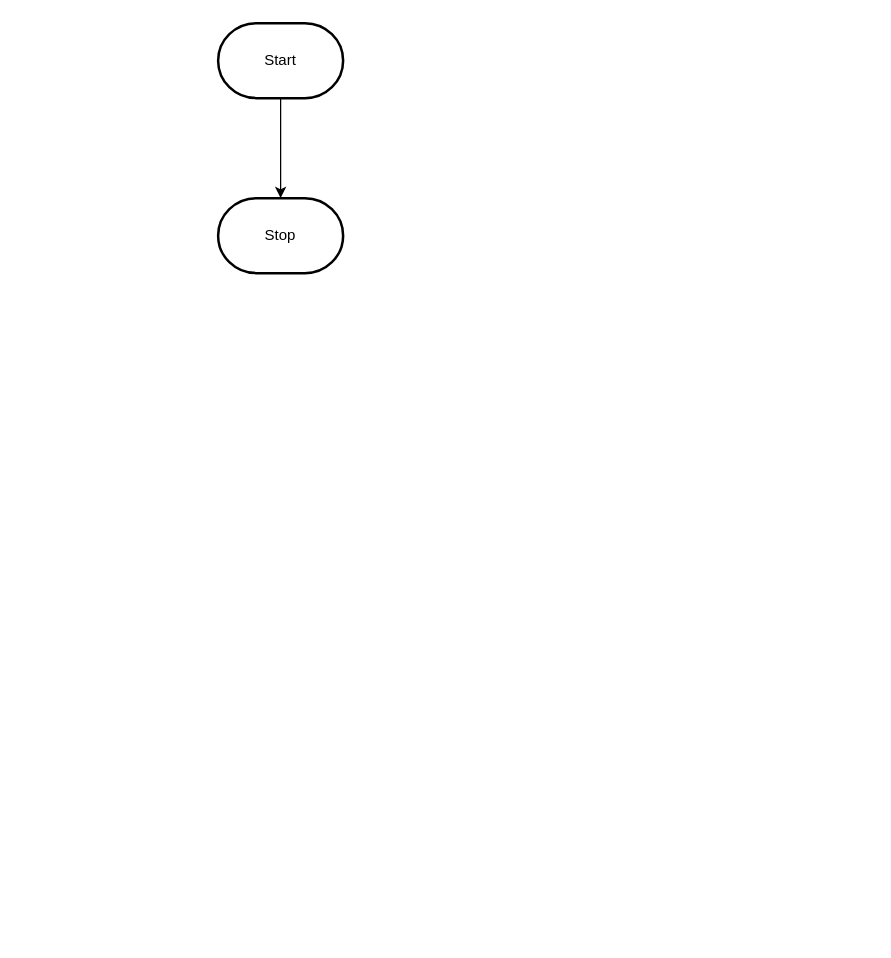
Before: design/flowchart.drawio in MTHS-ICD2O-1-2023/ICD2O-Unit-5-08-yoochan-han, a draw.io diagram. Source tidied: cells renumbered, new cells numbered last; positions are measured from the earlier drawing's top-left corner, leaving out a move shared by most shapes. Both pictures are drawn from the tidied source at 125%, with x=0, y=0 at pixel (218, 22).
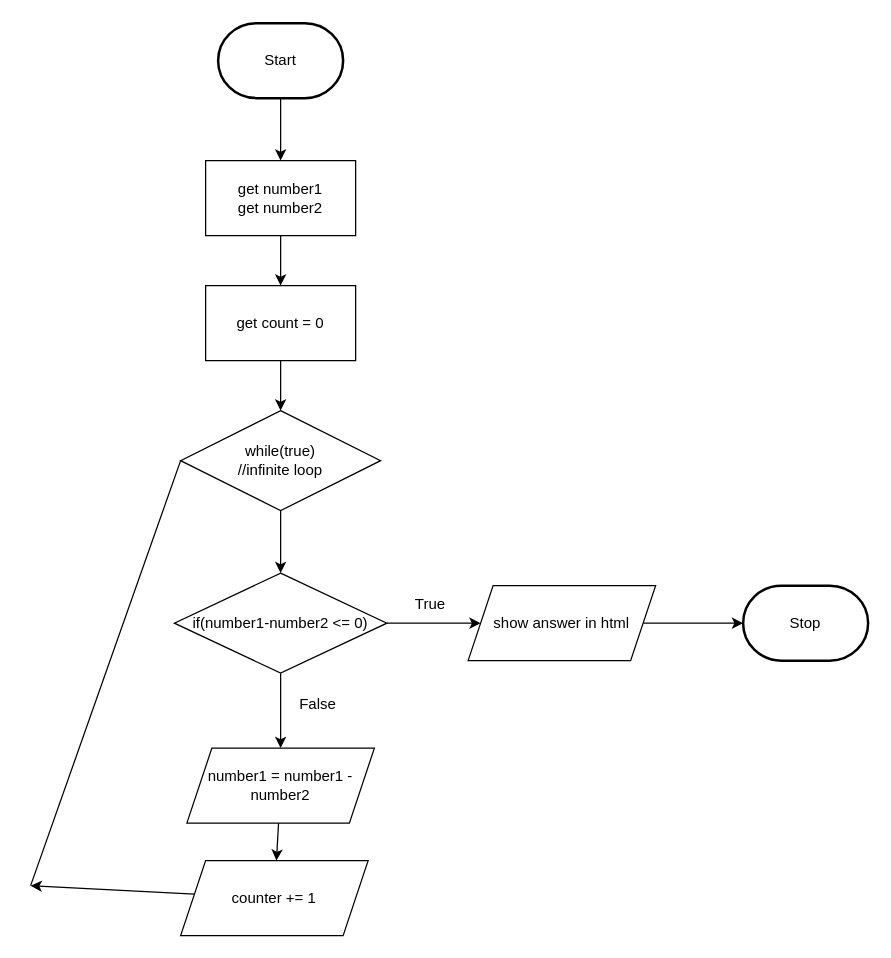
After the change.

Unchanged cells that the change refers to:
```xml
<mxCell id="3" value="Start" style="strokeWidth=2;html=1;shape=mxgraph.flowchart.terminator;whiteSpace=wrap;" parent="1" vertex="1">
  <mxGeometry width="100" height="60" as="geometry" />
</mxCell>
```

Change to the diagram source:
```diff
@@
-    <mxCell id="2" style="edgeStyle=orthogonalEdgeStyle;html=1;rounded=0;" parent="1" edge="1" source="3" target="4">
-      <mxGeometry relative="1" as="geometry" />
-    </mxCell>
+    <mxCell id="5" style="edgeStyle=none;html=1;entryX=0.5;entryY=0;entryDx=0;entryDy=0;" parent="1" edge="1" source="3" target="8">
+      <mxGeometry relative="1" as="geometry" />
+    </mxCell>
@@
     <mxCell id="4" value="Stop" style="strokeWidth=2;html=1;shape=mxgraph.flowchart.terminator;whiteSpace=wrap;" parent="1" vertex="1">
-      <mxGeometry y="140" width="100" height="60" as="geometry" />
+      <mxGeometry x="420" y="450" width="100" height="60" as="geometry" />
     </mxCell>
+    <mxCell id="6" style="edgeStyle=none;html=1;entryX=0.5;entryY=0;entryDx=0;entryDy=0;" parent="1" edge="1" source="2" target="13">
+      <mxGeometry relative="1" as="geometry" />
+    </mxCell>
+    <mxCell id="2" value="while(true)&lt;br&gt;//infinite loop" style="rhombus;whiteSpace=wrap;html=1;" parent="1" vertex="1">
+      <mxGeometry x="-30" y="310" width="160" height="80" as="geometry" />
+    </mxCell>
+    <mxCell id="7" style="edgeStyle=none;html=1;" parent="1" edge="1" source="8" target="10">
+      <mxGeometry relative="1" as="geometry" />
+    </mxCell>
+    <mxCell id="8" value="get number1&lt;br&gt;get number2" style="rounded=0;whiteSpace=wrap;html=1;" parent="1" vertex="1">
+      <mxGeometry x="-10" y="110" width="120" height="60" as="geometry" />
+    </mxCell>
+    <mxCell id="9" style="edgeStyle=none;html=1;entryX=0.5;entryY=0;entryDx=0;entryDy=0;" parent="1" edge="1" source="10" target="2">
+      <mxGeometry relative="1" as="geometry" />
+    </mxCell>
+    <mxCell id="10" value="get count = 0" style="rounded=0;whiteSpace=wrap;html=1;" parent="1" vertex="1">
+      <mxGeometry x="-10" y="210" width="120" height="60" as="geometry" />
+    </mxCell>
+    <mxCell id="11" style="edgeStyle=none;html=1;entryX=0;entryY=0.5;entryDx=0;entryDy=0;" parent="1" edge="1" source="13" target="15">
+      <mxGeometry relative="1" as="geometry" />
+    </mxCell>
+    <mxCell id="12" style="edgeStyle=none;html=1;entryX=0.5;entryY=0;entryDx=0;entryDy=0;" parent="1" edge="1" source="13" target="19">
+      <mxGeometry relative="1" as="geometry" />
+    </mxCell>
+    <mxCell id="13" value="if(number1-number2 &amp;lt;= 0)" style="rhombus;whiteSpace=wrap;html=1;" parent="1" vertex="1">
+      <mxGeometry x="-35" y="440" width="170" height="80" as="geometry" />
+    </mxCell>
+    <mxCell id="14" style="edgeStyle=none;html=1;" parent="1" edge="1" source="15" target="4">
+      <mxGeometry relative="1" as="geometry" />
+    </mxCell>
+    <mxCell id="15" value="show answer in html" style="shape=parallelogram;perimeter=parallelogramPerimeter;whiteSpace=wrap;html=1;fixedSize=1;" parent="1" vertex="1">
+      <mxGeometry x="200" y="450" width="150" height="60" as="geometry" />
+    </mxCell>
+    <mxCell id="16" value="False" style="text;html=1;strokeColor=none;fillColor=none;align=center;verticalAlign=middle;whiteSpace=wrap;rounded=0;" parent="1" vertex="1">
+      <mxGeometry x="50" y="530" width="60" height="30" as="geometry" />
+    </mxCell>
+    <mxCell id="17" value="True" style="text;html=1;strokeColor=none;fillColor=none;align=center;verticalAlign=middle;whiteSpace=wrap;rounded=0;" parent="1" vertex="1">
+      <mxGeometry x="140" y="450" width="60" height="30" as="geometry" />
+    </mxCell>
+    <mxCell id="18" style="edgeStyle=none;html=1;" parent="1" edge="1" source="19" target="21">
+      <mxGeometry relative="1" as="geometry" />
+    </mxCell>
+    <mxCell id="19" value="number1 = number1 - number2" style="shape=parallelogram;perimeter=parallelogramPerimeter;whiteSpace=wrap;html=1;fixedSize=1;" parent="1" vertex="1">
+      <mxGeometry x="-25" y="580" width="150" height="60" as="geometry" />
+    </mxCell>
+    <mxCell id="20" style="edgeStyle=none;html=1;" parent="1" edge="1" source="21">
+      <mxGeometry relative="1" as="geometry">
+        <mxPoint x="-150" y="690" as="targetPoint" />
+      </mxGeometry>
+    </mxCell>
+    <mxCell id="21" value="counter += 1" style="shape=parallelogram;perimeter=parallelogramPerimeter;whiteSpace=wrap;html=1;fixedSize=1;" parent="1" vertex="1">
+      <mxGeometry x="-30" y="670" width="150" height="60" as="geometry" />
+    </mxCell>
+    <mxCell id="22" style="endArrow=none;html=1;entryX=0;entryY=0.5;entryDx=0;entryDy=0;" parent="1" edge="1" target="2">
+      <mxGeometry relative="1" as="geometry">
+        <mxPoint x="-150" y="690" as="sourcePoint" />
+      </mxGeometry>
+    </mxCell>
```
